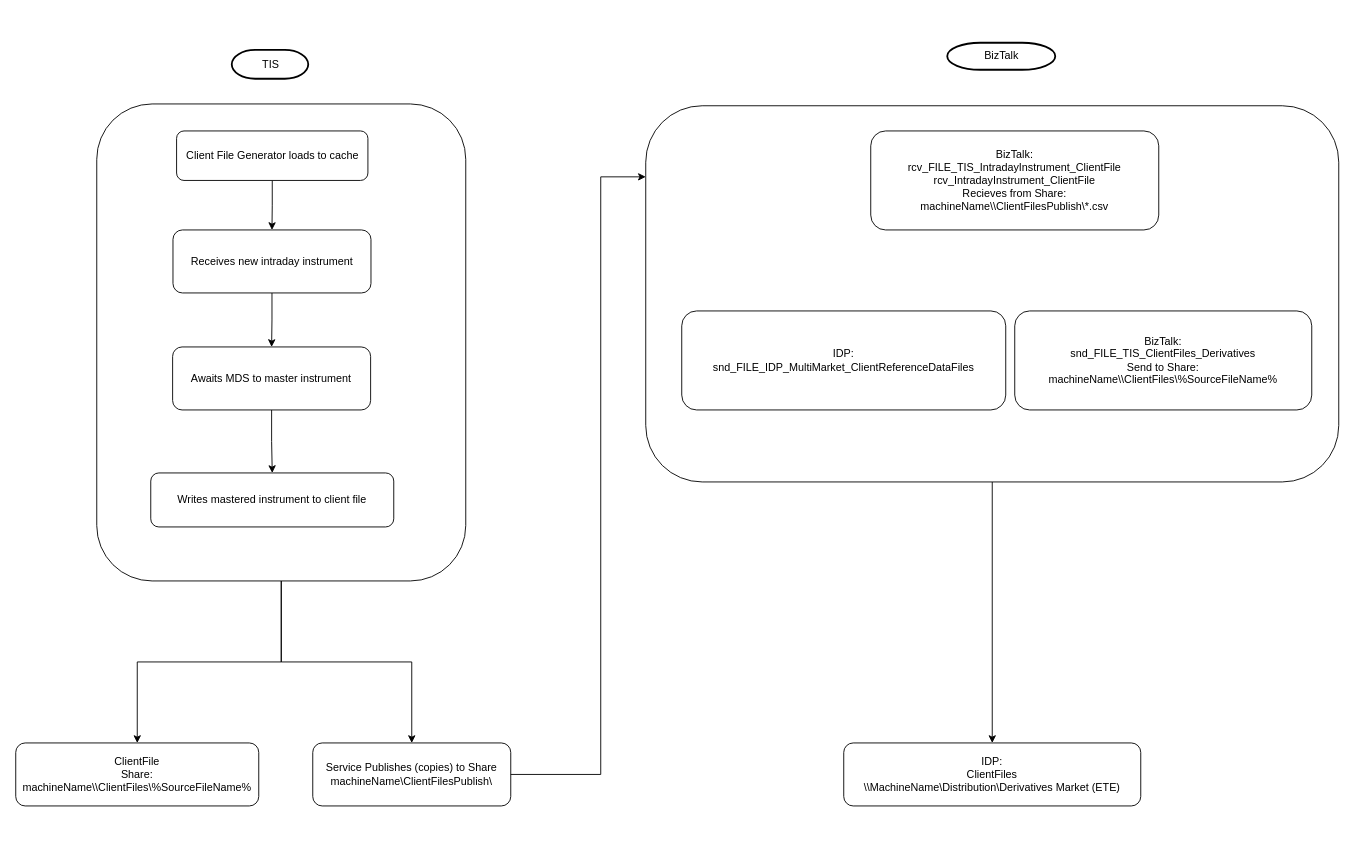
Above: page "Intraday" (2 of 3) of ClientFiles.drawio in ByMadiba/Sandbox (draw.io), before the change. Source tidied: cells renumbered, new cells numbered last; positions are measured from the earlier drawing's top-left corner, leaving out a move shared by most shapes. Both pictures are drawn from the tidied source at 90%, with x=0, y=0 at pixel (15, 42).
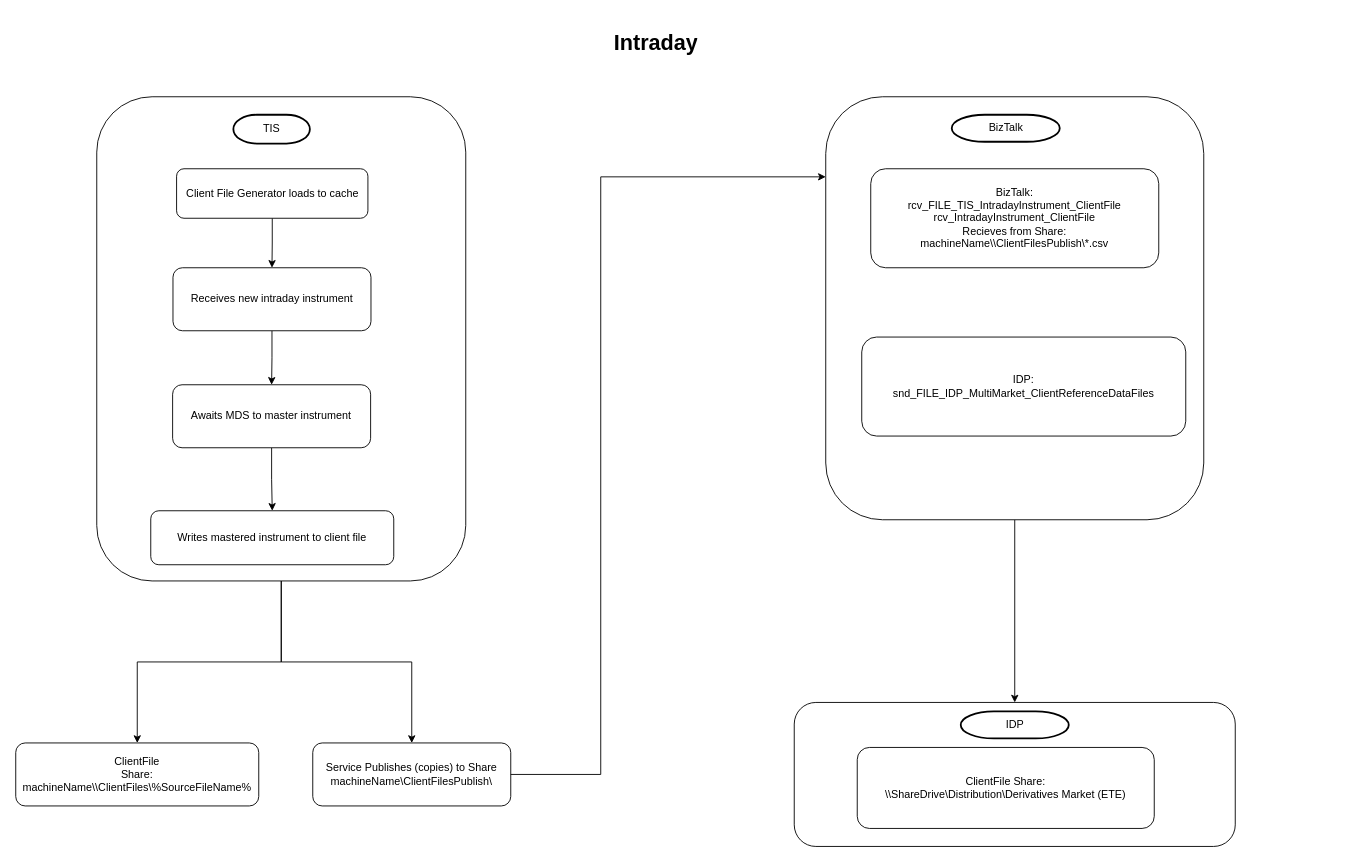
Above is the later version.

The edit, as a diff of the source:
```diff
@@
-    <mxCell id="2" value="IDP:&lt;br style=&quot;border-color: var(--border-color);&quot;&gt;&lt;span style=&quot;&quot;&gt;ClientFiles&lt;br&gt;\\MachineName\Distribution\Derivatives Market (ETE)&lt;br&gt;&lt;/span&gt;" style="rounded=1;whiteSpace=wrap;html=1;" parent="1" vertex="1">
-      <mxGeometry x="920" y="778" width="330" height="70" as="geometry" />
-    </mxCell>
@@
-    <mxCell id="5" style="edgeStyle=orthogonalEdgeStyle;rounded=0;jettySize=auto;html=1;entryX=0.5;entryY=0;entryDx=0;entryDy=0;" parent="1" edge="1" source="6" target="2">
-      <mxGeometry relative="1" as="geometry" />
-    </mxCell>
+    <mxCell id="23" style="edgeStyle=orthogonalEdgeStyle;rounded=0;jettySize=auto;html=1;entryX=0.5;entryY=0;entryDx=0;entryDy=0;" parent="1" edge="1" source="6" target="24">
+      <mxGeometry relative="1" as="geometry" />
+    </mxCell>
     <mxCell id="6" style="rounded=1;whiteSpace=wrap;html=1;" parent="1" vertex="1">
-      <mxGeometry x="700" y="70" width="770" height="418" as="geometry" />
+      <mxGeometry x="900" y="60" width="420" height="470" as="geometry" />
     </mxCell>
     <mxCell id="7" value="BizTalk:&lt;br style=&quot;border-color: var(--border-color);&quot;&gt;&lt;span style=&quot;&quot;&gt;rcv_FILE_TIS_IntradayInstrument_ClientFile&lt;/span&gt;&lt;br style=&quot;border-color: var(--border-color);&quot;&gt;&lt;span style=&quot;&quot;&gt;rcv_IntradayInstrument_ClientFile&lt;/span&gt;&lt;br style=&quot;border-color: var(--border-color);&quot;&gt;&lt;span style=&quot;&quot;&gt;Recieves from Share:&lt;/span&gt;&lt;br style=&quot;border-color: var(--border-color);&quot;&gt;&lt;span style=&quot;&quot;&gt;machineName\\ClientFilesPublish\*.csv&lt;/span&gt;" style="rounded=1;whiteSpace=wrap;html=1;" parent="1" vertex="1">
-      <mxGeometry x="950" y="98" width="320" height="110" as="geometry" />
+      <mxGeometry x="950" y="140" width="320" height="110" as="geometry" />
     </mxCell>
@@
     <mxCell id="10" style="rounded=1;whiteSpace=wrap;html=1;" parent="1" vertex="1">
-      <mxGeometry x="90" y="68" width="410" height="530" as="geometry" />
+      <mxGeometry x="90" y="60" width="410" height="538" as="geometry" />
     </mxCell>
-    <mxCell id="11" value="TIS" style="shape=mxgraph.flowchart.terminator;strokeWidth=2;gradientColor=none;gradientDirection=north;fontStyle=0;html=1;" parent="1" vertex="1">
-      <mxGeometry x="240" y="8" width="85" height="32" as="geometry" />
-    </mxCell>
@@
     <mxCell id="13" value="Client File Generator loads to cache" style="rounded=1;whiteSpace=wrap;html=1;" parent="1" vertex="1">
-      <mxGeometry x="178.7" y="98" width="212.6" height="55" as="geometry" />
+      <mxGeometry x="178.7" y="140" width="212.6" height="55" as="geometry" />
     </mxCell>
@@
     <mxCell id="15" value="Receives new intraday instrument" style="rounded=1;whiteSpace=wrap;html=1;" parent="1" vertex="1">
-      <mxGeometry x="174.7" y="208" width="220" height="70" as="geometry" />
+      <mxGeometry x="174.7" y="250" width="220" height="70" as="geometry" />
     </mxCell>
@@
     <mxCell id="17" value="Awaits MDS to master instrument" style="rounded=1;whiteSpace=wrap;html=1;" parent="1" vertex="1">
-      <mxGeometry x="174.3" y="338" width="220" height="70" as="geometry" />
+      <mxGeometry x="174.3" y="380" width="220" height="70" as="geometry" />
     </mxCell>
     <mxCell id="18" value="Writes mastered instrument to client file" style="rounded=1;whiteSpace=wrap;html=1;" parent="1" vertex="1">
-      <mxGeometry x="150" y="478" width="270" height="60" as="geometry" />
+      <mxGeometry x="150" y="520" width="270" height="60" as="geometry" />
     </mxCell>
     <mxCell id="19" value="BizTalk" style="shape=mxgraph.flowchart.terminator;strokeWidth=2;gradientColor=none;gradientDirection=north;fontStyle=0;html=1;" parent="1" vertex="1">
-      <mxGeometry x="1035" width="120" height="30" as="geometry" />
+      <mxGeometry x="1040" y="80" width="120" height="30" as="geometry" />
     </mxCell>
-    <mxCell id="20" value="BizTalk:&lt;br style=&quot;border-color: var(--border-color);&quot;&gt;&lt;span style=&quot;&quot;&gt;snd_FILE_TIS_ClientFiles_Derivatives&lt;/span&gt;&lt;br style=&quot;border-color: var(--border-color);&quot;&gt;&lt;span style=&quot;&quot;&gt;Send to Share:&lt;/span&gt;&lt;br style=&quot;border-color: var(--border-color);&quot;&gt;&lt;span style=&quot;&quot;&gt;machineName\\ClientFiles\%SourceFileName%&lt;/span&gt;" style="rounded=1;whiteSpace=wrap;html=1;" parent="1" vertex="1">
-      <mxGeometry x="1110" y="298" width="330" height="110" as="geometry" />
-    </mxCell>
     <mxCell id="21" value="IDP:&lt;br style=&quot;border-color: var(--border-color);&quot;&gt;&lt;span style=&quot;&quot;&gt;snd_FILE_IDP_MultiMarket_ClientReferenceDataFiles&lt;/span&gt;" style="rounded=1;whiteSpace=wrap;html=1;" parent="1" vertex="1">
-      <mxGeometry x="740" y="298" width="360" height="110" as="geometry" />
+      <mxGeometry x="940" y="327" width="360" height="110" as="geometry" />
     </mxCell>
@@
+    <mxCell id="11" value="TIS" style="shape=mxgraph.flowchart.terminator;strokeWidth=2;gradientColor=none;gradientDirection=north;fontStyle=0;html=1;" parent="1" vertex="1">
+      <mxGeometry x="241.8" y="80" width="85" height="32" as="geometry" />
+    </mxCell>
+    <mxCell id="24" value="&lt;span style=&quot;&quot;&gt;&lt;br&gt;&lt;/span&gt;" style="rounded=1;whiteSpace=wrap;html=1;" parent="1" vertex="1">
+      <mxGeometry x="865" y="733" width="490" height="160" as="geometry" />
+    </mxCell>
+    <mxCell id="25" value="ClientFile&amp;nbsp;Share:&lt;br style=&quot;border-color: var(--border-color);&quot;&gt;\\ShareDrive\Distribution\Derivatives Market (ETE)" style="rounded=1;whiteSpace=wrap;html=1;" parent="1" vertex="1">
+      <mxGeometry x="935" y="783" width="330" height="90" as="geometry" />
+    </mxCell>
+    <mxCell id="26" value="IDP" style="shape=mxgraph.flowchart.terminator;strokeWidth=2;gradientColor=none;gradientDirection=north;fontStyle=0;html=1;" parent="1" vertex="1">
+      <mxGeometry x="1050" y="743" width="120" height="30" as="geometry" />
+    </mxCell>
+    <mxCell id="27" value="&lt;h1&gt;Intraday&lt;/h1&gt;" style="text;html=1;spacing=5;spacingTop=-20;whiteSpace=wrap;overflow=hidden;rounded=0;" parent="1" vertex="1">
+      <mxGeometry x="660" y="-20" width="110" height="40" as="geometry" />
+    </mxCell>
```
